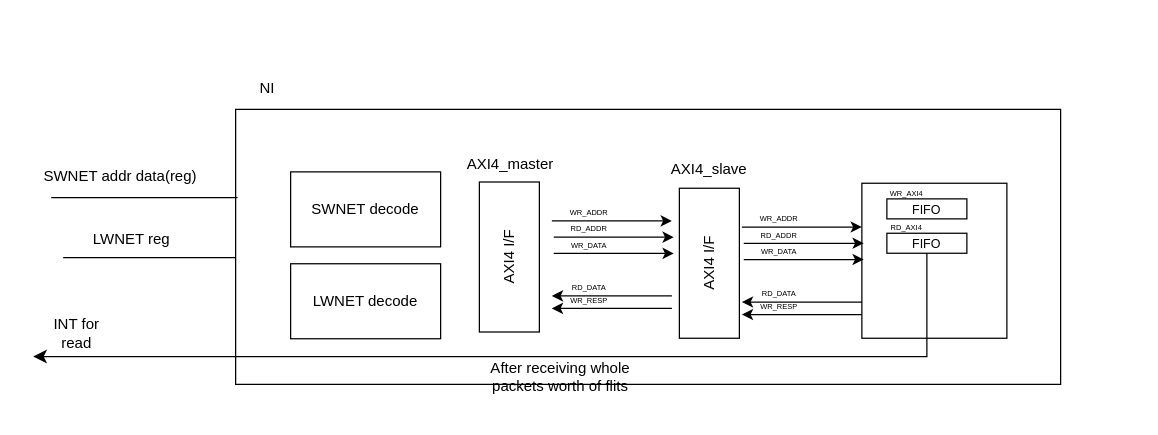
Before: page "temp_NI" (9 of 14) of NoC.drawio in Akilax0/minimal_NoC, a draw.io diagram. Source tidied: cells renumbered, new cells numbered last; positions are measured from the earlier drawing's top-left corner, leaving out a move shared by most shapes. Both pictures are drawn from the tidied source at 125%, with x=0, y=0 at pixel (32, 71).
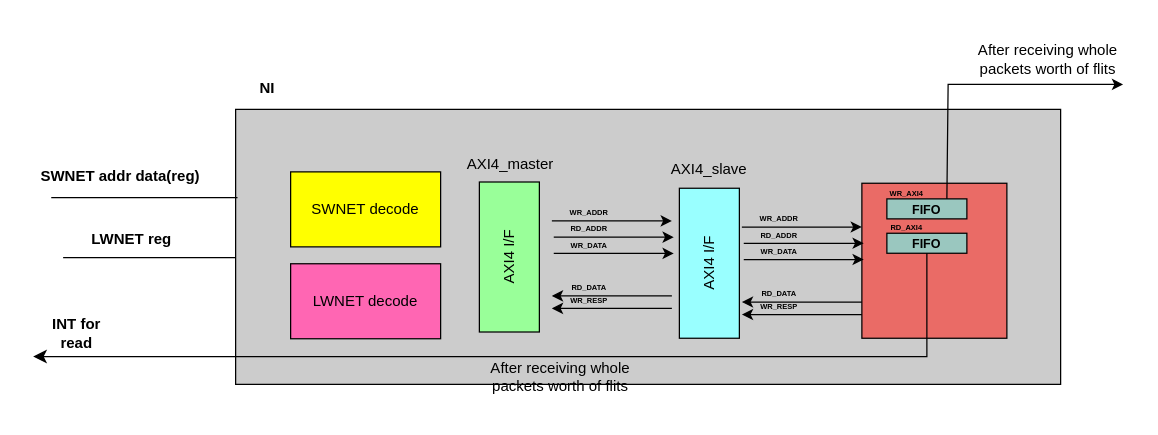
The same page after the edit.

The edit, as a diff of the source:
```diff
@@
-    <mxCell id="2" style="rounded=0;whiteSpace=wrap;html=1;" parent="1" vertex="1">
+    <mxCell id="2" style="rounded=0;whiteSpace=wrap;html=1;fillColor=#CCCCCC;" parent="1" vertex="1">
       <mxGeometry x="162" y="30" width="660" height="220" as="geometry" />
     </mxCell>
-    <mxCell id="3" value="NI" style="text;html=1;align=center;verticalAlign=middle;strokeColor=none;fillColor=none;" parent="1" vertex="1">
-      <mxGeometry x="172" y="-0.5" width="30" height="26" as="geometry" />
+    <mxCell id="3" value="NI" style="text;html=1;align=center;verticalAlign=middle;strokeColor=none;fillColor=none;fontStyle=1;" parent="1" vertex="1">
+      <mxGeometry x="167" y="-2.5" width="40" height="30" as="geometry" />
     </mxCell>
-    <mxCell id="4" style="group;" parent="1" vertex="1">
+    <mxCell id="4" style="group;fontStyle=1;" parent="1" vertex="1">
       <mxGeometry x="367" y="63.1" width="204" height="150" as="geometry" />
     </mxCell>
-    <mxCell id="5" style="rounded=0;whiteSpace=wrap;html=1;" parent="4" vertex="1">
+    <mxCell id="5" style="rounded=0;whiteSpace=wrap;html=1;fillColor=#99FFFF;" parent="4" vertex="1">
       <mxGeometry x="150" y="30" width="48" height="120" as="geometry" />
     </mxCell>
@@
-    <mxCell id="7" style="rounded=0;whiteSpace=wrap;html=1;" parent="4" vertex="1">
+    <mxCell id="7" style="rounded=0;whiteSpace=wrap;html=1;fillColor=#99FF99;" parent="4" vertex="1">
       <mxGeometry x="-10" y="25" width="48" height="120" as="geometry" />
     </mxCell>
@@
-    <mxCell id="15" value="WR_ADDR" style="text;html=1;strokeColor=none;fillColor=none;align=center;verticalAlign=middle;whiteSpace=wrap;rounded=0;fontSize=6;" parent="4" vertex="1">
+    <mxCell id="15" value="WR_ADDR" style="text;html=1;strokeColor=none;fillColor=none;align=center;verticalAlign=middle;whiteSpace=wrap;rounded=0;fontSize=6;fontStyle=1;" parent="4" vertex="1">
       <mxGeometry x="54" y="43.1" width="48" height="13" as="geometry" />
     </mxCell>
-    <mxCell id="16" value="RD_ADDR" style="text;html=1;strokeColor=none;fillColor=none;align=center;verticalAlign=middle;whiteSpace=wrap;rounded=0;fontSize=6;" parent="4" vertex="1">
+    <mxCell id="16" value="RD_ADDR" style="text;html=1;strokeColor=none;fillColor=none;align=center;verticalAlign=middle;whiteSpace=wrap;rounded=0;fontSize=6;fontStyle=1;" parent="4" vertex="1">
       <mxGeometry x="54" y="56.1" width="48" height="12.9" as="geometry" />
     </mxCell>
-    <mxCell id="17" value="WR_DATA" style="text;html=1;strokeColor=none;fillColor=none;align=center;verticalAlign=middle;whiteSpace=wrap;rounded=0;fontSize=6;" parent="4" vertex="1">
+    <mxCell id="17" value="WR_DATA" style="text;html=1;strokeColor=none;fillColor=none;align=center;verticalAlign=middle;whiteSpace=wrap;rounded=0;fontSize=6;fontStyle=1;" parent="4" vertex="1">
       <mxGeometry x="54" y="69.1" width="48" height="13" as="geometry" />
     </mxCell>
-    <mxCell id="18" value="RD_DATA" style="text;html=1;strokeColor=none;fillColor=none;align=center;verticalAlign=middle;whiteSpace=wrap;rounded=0;fontSize=6;" parent="4" vertex="1">
+    <mxCell id="18" value="RD_DATA" style="text;html=1;strokeColor=none;fillColor=none;align=center;verticalAlign=middle;whiteSpace=wrap;rounded=0;fontSize=6;fontStyle=1;" parent="4" vertex="1">
       <mxGeometry x="54" y="103.1" width="48" height="13" as="geometry" />
     </mxCell>
-    <mxCell id="19" value="WR_RESP" style="text;html=1;strokeColor=none;fillColor=none;align=center;verticalAlign=middle;whiteSpace=wrap;rounded=0;fontSize=6;" parent="4" vertex="1">
+    <mxCell id="19" value="WR_RESP" style="text;html=1;strokeColor=none;fillColor=none;align=center;verticalAlign=middle;whiteSpace=wrap;rounded=0;fontSize=6;fontStyle=1;" parent="4" vertex="1">
       <mxGeometry x="54" y="113.1" width="48" height="13" as="geometry" />
     </mxCell>
-    <mxCell id="20" style="rounded=0;whiteSpace=wrap;html=1;" parent="1" vertex="1">
+    <mxCell id="20" style="rounded=0;whiteSpace=wrap;html=1;fillColor=#EA6B66;" parent="1" vertex="1">
       <mxGeometry x="663" y="89.1" width="116" height="124" as="geometry" />
     </mxCell>
@@
-    <mxCell id="26" value="WR_ADDR" style="text;html=1;strokeColor=none;fillColor=none;align=center;verticalAlign=middle;whiteSpace=wrap;rounded=0;fontSize=6;" parent="1" vertex="1">
+    <mxCell id="26" value="WR_ADDR" style="text;html=1;strokeColor=none;fillColor=none;align=center;verticalAlign=middle;whiteSpace=wrap;rounded=0;fontSize=6;fontStyle=1;" parent="1" vertex="1">
       <mxGeometry x="573" y="111.1" width="48" height="13" as="geometry" />
     </mxCell>
-    <mxCell id="27" value="RD_ADDR" style="text;html=1;strokeColor=none;fillColor=none;align=center;verticalAlign=middle;whiteSpace=wrap;rounded=0;fontSize=6;" parent="1" vertex="1">
+    <mxCell id="27" value="RD_ADDR" style="text;html=1;strokeColor=none;fillColor=none;align=center;verticalAlign=middle;whiteSpace=wrap;rounded=0;fontSize=6;fontStyle=1;" parent="1" vertex="1">
       <mxGeometry x="573" y="124.1" width="48" height="13" as="geometry" />
     </mxCell>
-    <mxCell id="28" value="WR_DATA" style="text;html=1;strokeColor=none;fillColor=none;align=center;verticalAlign=middle;whiteSpace=wrap;rounded=0;fontSize=6;" parent="1" vertex="1">
+    <mxCell id="28" value="WR_DATA" style="text;html=1;strokeColor=none;fillColor=none;align=center;verticalAlign=middle;whiteSpace=wrap;rounded=0;fontSize=6;fontStyle=1;" parent="1" vertex="1">
       <mxGeometry x="573" y="137.1" width="48" height="13" as="geometry" />
     </mxCell>
-    <mxCell id="29" value="RD_DATA" style="text;html=1;strokeColor=none;fillColor=none;align=center;verticalAlign=middle;whiteSpace=wrap;rounded=0;fontSize=6;" parent="1" vertex="1">
+    <mxCell id="29" value="RD_DATA" style="text;html=1;strokeColor=none;fillColor=none;align=center;verticalAlign=middle;whiteSpace=wrap;rounded=0;fontSize=6;fontStyle=1;" parent="1" vertex="1">
       <mxGeometry x="573" y="171.1" width="48" height="13" as="geometry" />
     </mxCell>
-    <mxCell id="30" value="WR_RESP" style="text;html=1;strokeColor=none;fillColor=none;align=center;verticalAlign=middle;whiteSpace=wrap;rounded=0;fontSize=6;" parent="1" vertex="1">
+    <mxCell id="30" value="WR_RESP" style="text;html=1;strokeColor=none;fillColor=none;align=center;verticalAlign=middle;whiteSpace=wrap;rounded=0;fontSize=6;fontStyle=1;" parent="1" vertex="1">
       <mxGeometry x="573" y="181.1" width="48" height="13" as="geometry" />
     </mxCell>
-    <mxCell id="31" value="FIFO" style="rounded=0;whiteSpace=wrap;html=1;fontSize=10;" parent="1" vertex="1">
+    <mxCell id="31" value="&lt;b&gt;FIFO&lt;/b&gt;" style="rounded=0;whiteSpace=wrap;html=1;fontSize=10;fillColor=#9AC7BF;" parent="1" vertex="1">
       <mxGeometry x="683" y="101.6" width="64" height="16" as="geometry" />
     </mxCell>
-    <mxCell id="32" value="WR_AXI4" style="text;html=1;strokeColor=none;fillColor=none;align=center;verticalAlign=middle;whiteSpace=wrap;rounded=0;fontSize=6;" parent="1" vertex="1">
+    <mxCell id="32" value="WR_AXI4" style="text;html=1;strokeColor=none;fillColor=none;align=center;verticalAlign=middle;whiteSpace=wrap;rounded=0;fontSize=6;fontStyle=1;" parent="1" vertex="1">
       <mxGeometry x="675" y="91.1" width="48" height="13" as="geometry" />
     </mxCell>
-    <mxCell id="33" value="FIFO" style="rounded=0;whiteSpace=wrap;html=1;fontSize=10;" parent="1" vertex="1">
+    <mxCell id="33" value="&lt;b&gt;FIFO&lt;/b&gt;" style="rounded=0;whiteSpace=wrap;html=1;fontSize=10;fillColor=#9AC7BF;" parent="1" vertex="1">
       <mxGeometry x="683" y="129.1" width="64" height="16" as="geometry" />
     </mxCell>
-    <mxCell id="34" value="RD_AXI4" style="text;html=1;strokeColor=none;fillColor=none;align=center;verticalAlign=middle;whiteSpace=wrap;rounded=0;fontSize=6;" parent="1" vertex="1">
+    <mxCell id="34" value="RD_AXI4" style="text;html=1;strokeColor=none;fillColor=none;align=center;verticalAlign=middle;whiteSpace=wrap;rounded=0;fontSize=6;fontStyle=1;" parent="1" vertex="1">
       <mxGeometry x="675" y="118.6" width="48" height="13" as="geometry" />
     </mxCell>
@@
-    <mxCell id="37" value="SWNET addr data(reg)" style="text;html=1;strokeColor=none;fillColor=none;align=center;verticalAlign=middle;whiteSpace=wrap;rounded=0;" parent="1" vertex="1">
+    <mxCell id="37" value="SWNET addr data(reg)" style="text;html=1;strokeColor=none;fillColor=none;align=center;verticalAlign=middle;whiteSpace=wrap;rounded=0;fontStyle=1;" parent="1" vertex="1">
       <mxGeometry x="4.5" y="68.5" width="130" height="30" as="geometry" />
     </mxCell>
-    <mxCell id="38" value="LWNET reg" style="text;html=1;strokeColor=none;fillColor=none;align=center;verticalAlign=middle;whiteSpace=wrap;rounded=0;" parent="1" vertex="1">
+    <mxCell id="38" value="LWNET reg" style="text;html=1;strokeColor=none;fillColor=none;align=center;verticalAlign=middle;whiteSpace=wrap;rounded=0;fontStyle=1;" parent="1" vertex="1">
       <mxGeometry x="14" y="118.6" width="130" height="30" as="geometry" />
     </mxCell>
-    <mxCell id="39" value="SWNET decode" style="rounded=0;whiteSpace=wrap;html=1;" parent="1" vertex="1">
+    <mxCell id="39" value="SWNET decode" style="rounded=0;whiteSpace=wrap;html=1;fillColor=#FFFF00;" parent="1" vertex="1">
       <mxGeometry x="206" y="80" width="120" height="60" as="geometry" />
     </mxCell>
@@
-    <mxCell id="41" value="INT for read" style="text;html=1;strokeColor=none;fillColor=none;align=center;verticalAlign=middle;whiteSpace=wrap;rounded=0;" parent="1" vertex="1">
+    <mxCell id="41" value="INT for read" style="text;html=1;strokeColor=none;fillColor=none;align=center;verticalAlign=middle;whiteSpace=wrap;rounded=0;fontStyle=1;" parent="1" vertex="1">
       <mxGeometry x="4.5" y="194" width="60" height="30" as="geometry" />
     </mxCell>
@@
-    <mxCell id="44" value="LWNET decode" style="rounded=0;whiteSpace=wrap;html=1;" parent="1" vertex="1">
+    <mxCell id="44" value="LWNET decode" style="rounded=0;whiteSpace=wrap;html=1;fillColor=#FF66B3;" parent="1" vertex="1">
       <mxGeometry x="206" y="153.5" width="120" height="60" as="geometry" />
     </mxCell>
+    <mxCell id="45" style="endArrow=classic;html=1;rounded=0;exitX=0.75;exitY=0;exitDx=0;exitDy=0;" parent="1" edge="1" source="31">
+      <mxGeometry relative="1" as="geometry">
+        <mxPoint x="872" y="10" as="targetPoint" />
+        <Array as="points">
+          <mxPoint x="732" y="10" />
+        </Array>
+      </mxGeometry>
+    </mxCell>
+    <mxCell id="46" value="After receiving whole packets worth of flits" style="text;html=1;strokeColor=none;fillColor=none;align=center;verticalAlign=middle;whiteSpace=wrap;rounded=0;" parent="1" vertex="1">
+      <mxGeometry x="742" y="-40" width="140" height="60" as="geometry" />
+    </mxCell>
```
